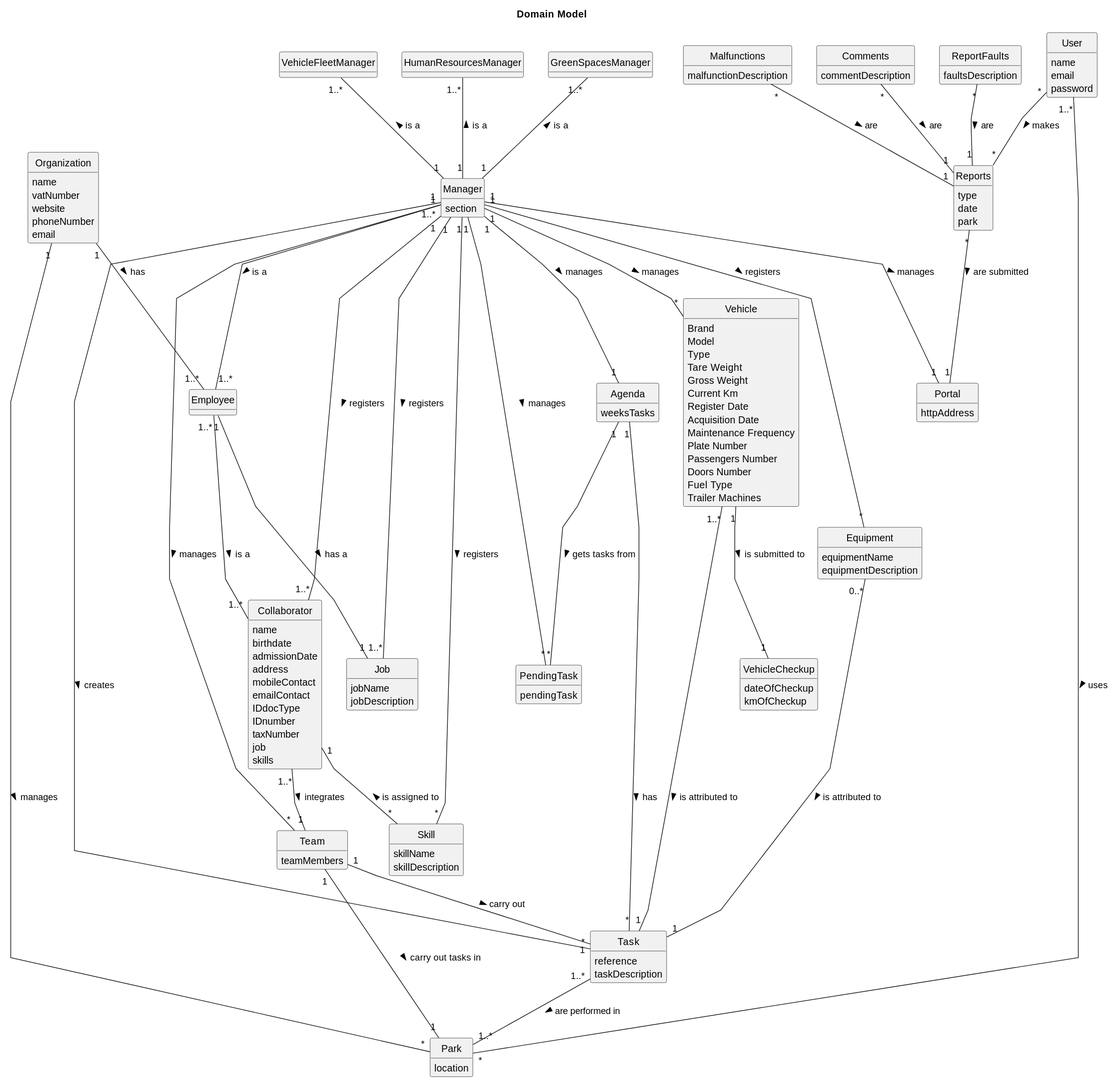
Paulo-Pereira-at-ISEP/lei-24-s2-1nanb-g321 keeps this PlantUML diagram as docs/sprintC/global-artifacts/02.analysis/svg/project-domain-model.svg. Above is the earlier version. The source it was exported from:
```plantuml
@startuml
skinparam packageStyle rectangle
skinparam shadowing false
skinparam linetype polyline
skinparam classAttributeIconSize 0
hide circle
hide methods

title Domain Model

class Organization {
    name
    vatNumber
    website
    phoneNumber
    email
}

class Employee {

}

class Collaborator {
    name
    birthdate
    admissionDate
    address
    mobileContact
    emailContact
    IDdocType
    IDnumber
    taxNumber
    job
    skills

}

class Manager {
    section
}

class HumanResourcesManager {

}

class VehicleFleetManager {

}

class GreenSpacesManager {

}

class Skill {
    skillName
    skillDescription
}

class Job {
    jobName
    jobDescription
}

class Vehicle {
    Brand
    Model
    Type
    Tare Weight
    Gross Weight
    Current Km
    Register Date
    Acquisition Date
    Maintenance Frequency
    Plate Number
    Passengers Number
    Doors Number
    Fuel Type
    Trailer Machines
}

class VehicleCheckup{
    dateOfCheckup
    kmOfCheckup
}

class Equipment {
    equipmentName
    equipmentDescription
}

class Agenda {
    weeksTasks
}


class Task {
    reference
    taskDescription

}

class PendingTask{
    pendingTask
}

class Team {
    teamMembers
}

class Park {
    location
}

class Portal {
    httpAddress
}

class User {
    name
    email
    password
}

class Reports {
    type
    date
    park

}

class Comments {
    commentDescription
}

class ReportFaults {
    faultsDescription
}

class Malfunctions {
    malfunctionDescription
}



Manager "1..*" -- "1..*" Employee: is a >
Manager "1" -- "1" Portal: manages >
Manager "1" --up "1..*" Job: registers >
Manager "1" -- "*" Skill: registers >
Manager "1" -- "1..*" Collaborator: registers >
Manager "1" -- "1" Agenda: manages >
Manager "1" -- "*" PendingTask: manages >
Manager "1" -- "*" Equipment: registers >
Manager "1" -- "*" Vehicle: manages >
Manager "1" -- "*" Task: creates >
Manager "1" -- "*" Team: manages >
Manager "1" --up "1..*" HumanResourcesManager: is a >
Manager "1" --up "1..*" VehicleFleetManager: is a >
Manager "1" --up "1..*" GreenSpacesManager: is a >

Agenda "1" -- "*" PendingTask: gets tasks from >


User "1..*" -- "*" Park: uses >
User "*" -- "*" Reports: makes >

Comments "*" -- "1" Reports: are >
ReportFaults "*" -- "1" Reports: are >
Malfunctions "*" -- "1" Reports: are >

Team "1" -- "1" Park: carry out tasks in >
Team "1" -- "1" Task: carry out >


Organization "1" -- "*" Park: manages >
Organization "1" -- "1..*" Employee : has >


Employee "1..*" -- "1..*" Collaborator: is a >
Employee "1" -- "1" Job: has a >

Collaborator "1" -- "*" Skill: is assigned to <
Collaborator "1..*" -- "1" Team: integrates >



Vehicle "1..*" -- "1" Task: is attributed to >
Vehicle "1" -- "1" VehicleCheckup: is submitted to >
Equipment "0..*" -- "1" Task: is attributed to >

Agenda "1" -- "*" Task: has >


Task "1..*" -- "1..*" Park: are performed in >



Reports "*" -- "1" Portal: are submitted >
@enduml
```
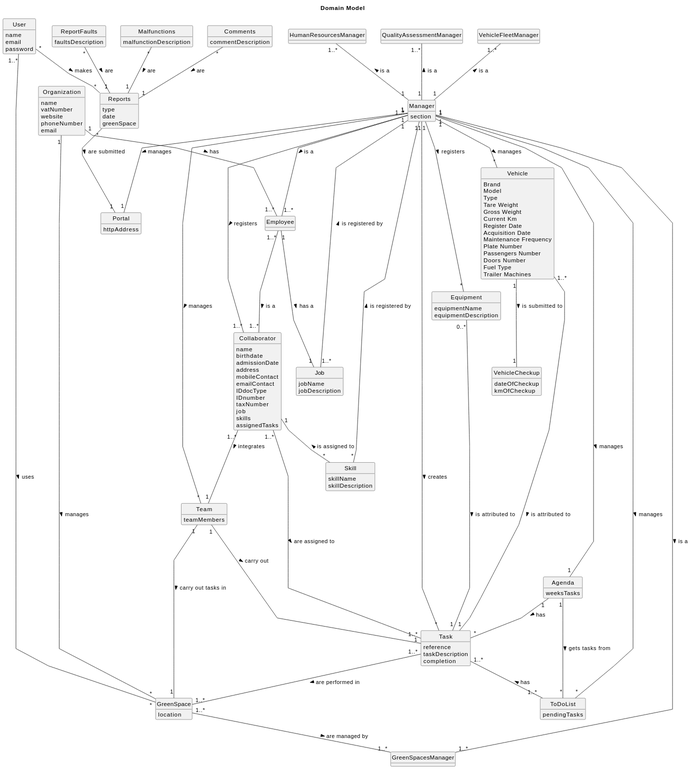
After the commit.

Commit message:
Sprint C - Global - Analysis - Updated domain model to accommodate the new USs.

Diff of the diagram source:
```diff
@@ -32,6 +32,7 @@
     taxNumber
     job
     skills
+    assignedTasks
 
 }
 
@@ -48,6 +49,10 @@
 }
 
 class GreenSpacesManager {
+
+}
+
+class QualityAssessmentManager {
 
 }
 
@@ -96,18 +101,19 @@
 class Task {
     reference
     taskDescription
+    completion
 
 }
 
-class PendingTask{
-    pendingTask
+class ToDoList{
+    pendingTasks
 }
 
 class Team {
     teamMembers
 }
 
-class Park {
+class GreenSpace {
     location
 }
 
@@ -124,7 +130,7 @@
 class Reports {
     type
     date
-    park
+    greenSpace
 
 }
 
@@ -144,11 +150,11 @@
 
 Manager "1..*" -- "1..*" Employee: is a >
 Manager "1" -- "1" Portal: manages >
-Manager "1" --up "1..*" Job: registers >
-Manager "1" -- "*" Skill: registers >
+Manager "1" --up "1..*" Job:  is registered by <
+Manager "1" -- "*" Skill: is registered by <
 Manager "1" -- "1..*" Collaborator: registers >
 Manager "1" -- "1" Agenda: manages >
-Manager "1" -- "*" PendingTask: manages >
+Manager "1" -- "*" ToDoList: manages >
 Manager "1" -- "*" Equipment: registers >
 Manager "1" -- "*" Vehicle: manages >
 Manager "1" -- "*" Task: creates >
@@ -156,22 +162,23 @@
 Manager "1" --up "1..*" HumanResourcesManager: is a >
 Manager "1" --up "1..*" VehicleFleetManager: is a >
 Manager "1" --up "1..*" GreenSpacesManager: is a >
+Manager "1" --up "1..*" QualityAssessmentManager: is a >
 
-Agenda "1" -- "*" PendingTask: gets tasks from >
+Agenda "1" -- "*" ToDoList: gets tasks from >
 
 
-User "1..*" -- "*" Park: uses >
+User "1..*" -- "*" GreenSpace: uses >
 User "*" -- "*" Reports: makes >
 
 Comments "*" -- "1" Reports: are >
 ReportFaults "*" -- "1" Reports: are >
 Malfunctions "*" -- "1" Reports: are >
 
-Team "1" -- "1" Park: carry out tasks in >
+Team "1" -- "1" GreenSpace: carry out tasks in >
 Team "1" -- "1" Task: carry out >
 
 
-Organization "1" -- "*" Park: manages >
+Organization "1" -- "*" GreenSpace: manages >
 Organization "1" -- "1..*" Employee : has >
 
 
@@ -190,8 +197,11 @@
 Agenda "1" -- "*" Task: has >
 
 
-Task "1..*" -- "1..*" Park: are performed in >
+Task "1..*" -- "1..*" GreenSpace: are performed in >
+Task "1..*" ----- "1..*" Collaborator: are assigned to <
+Task "1..*" -- "1..*" ToDoList: has <
 
+GreenSpace "1..*" -- "1..*" GreenSpacesManager: are managed by >
 
 
 Reports "*" -- "1" Portal: are submitted >
```
